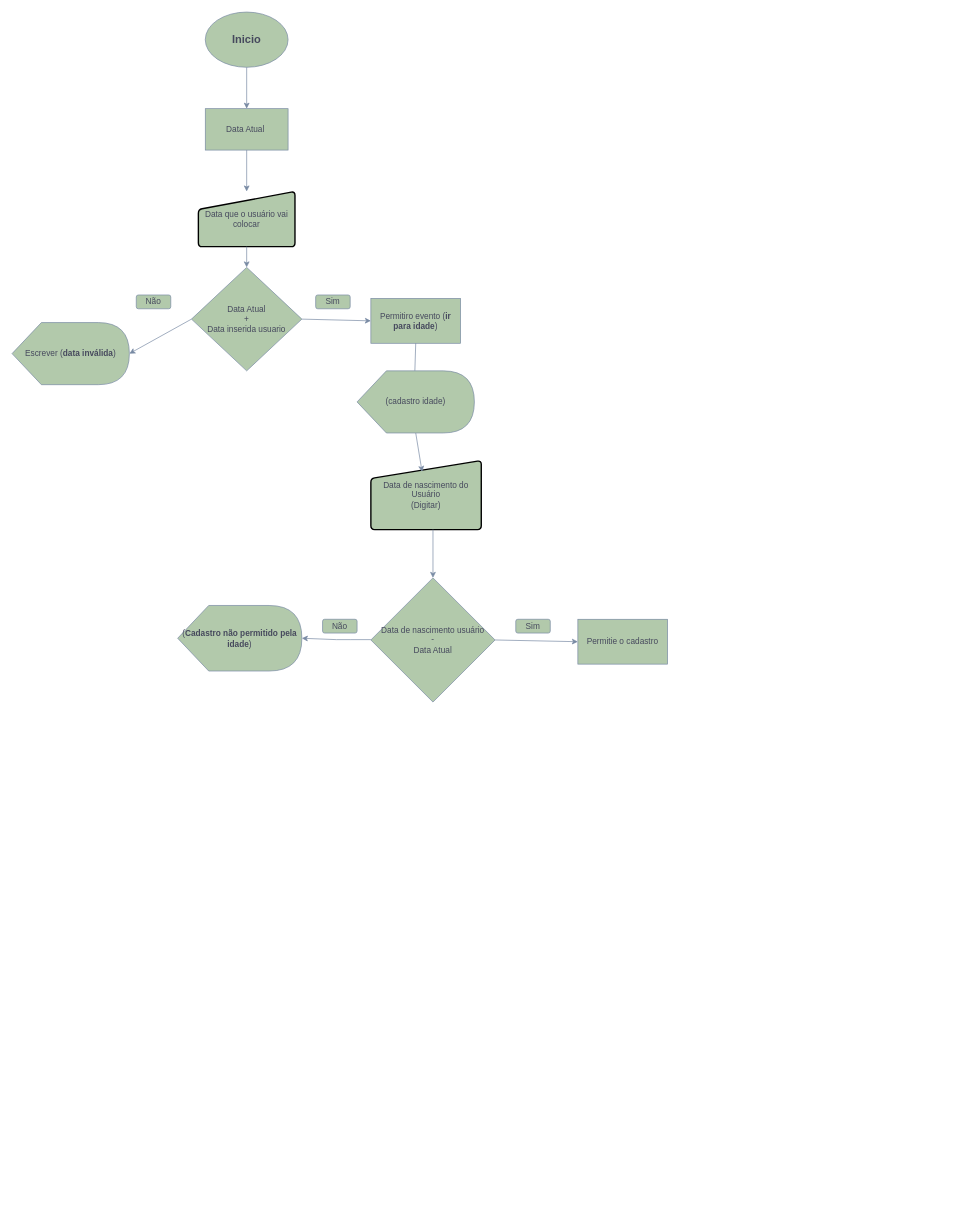
The draw.io diagram Diagrama sem nome.drawio in lrlacerda/Desenvolvimento-de-algoritmo-UC8, before the edit. Source tidied: cells renumbered, new cells numbered last; positions are measured from the earlier drawing's top-left corner, leaving out a move shared by most shapes. Both pictures are drawn from the tidied source at 69%, with x=0, y=0 at pixel (12, 12).
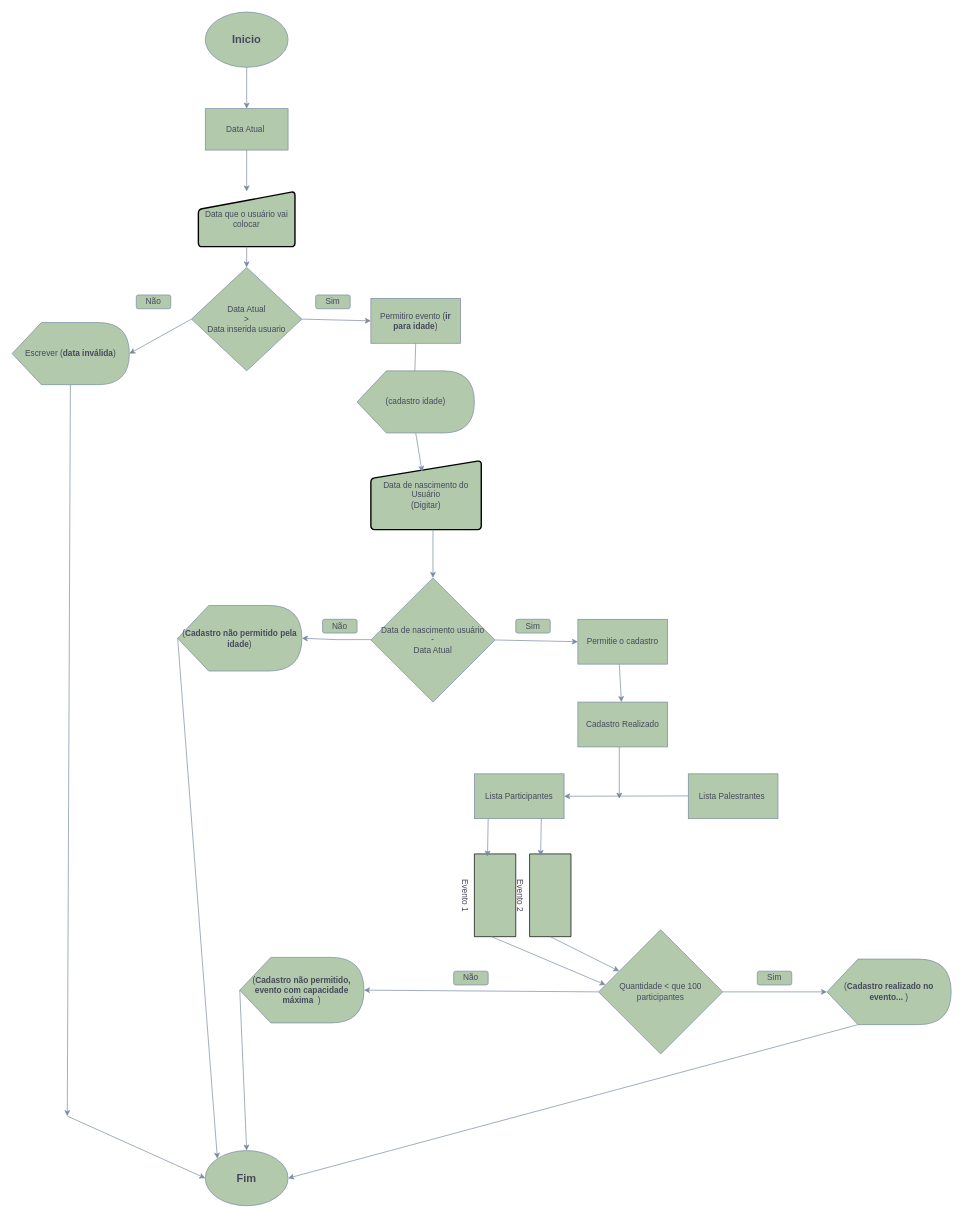
After the change.

Unchanged cells that the change refers to:
```xml
<mxCell id="23" value="(&lt;b&gt;Cadastro não permitido pela idade&lt;/b&gt;)" style="shape=display;whiteSpace=wrap;html=1;fontColor=#46495D;strokeColor=#788AA3;fillColor=#B2C9AB;" parent="1" vertex="1">
  <mxGeometry x="240" y="860" width="180" height="95" as="geometry" />
</mxCell>
```

Diff of the diagram source:
```diff
@@
-    <mxCell id="7" value="Data Atual&lt;br&gt;+&lt;br&gt;Data inserida usuario" style="rhombus;whiteSpace=wrap;html=1;fontColor=#46495D;strokeColor=#788AA3;fillColor=#B2C9AB;" parent="1" vertex="1">
+    <mxCell id="7" value="Data Atual&lt;br&gt;&amp;gt;&lt;br&gt;Data inserida usuario" style="rhombus;whiteSpace=wrap;html=1;fontColor=#46495D;strokeColor=#788AA3;fillColor=#B2C9AB;" parent="1" vertex="1">
       <mxGeometry x="260" y="370" width="160" height="150" as="geometry" />
     </mxCell>
@@
+    <mxCell id="27" value="Cadastro Realizado" style="rounded=0;whiteSpace=wrap;html=1;fontColor=#46495D;strokeColor=#788AA3;fillColor=#B2C9AB;" parent="1" vertex="1">
+      <mxGeometry x="820" y="1000" width="130" height="65" as="geometry" />
+    </mxCell>
+    <mxCell id="28" style="endArrow=classic;html=1;rounded=0;fontColor=#46495D;strokeColor=#788AA3;fillColor=#B2C9AB;" parent="1" edge="1" target="27">
+      <mxGeometry relative="1" as="geometry">
+        <mxPoint x="880" y="945" as="sourcePoint" />
+      </mxGeometry>
+    </mxCell>
+    <mxCell id="29" value="Lista Participantes" style="rounded=0;whiteSpace=wrap;html=1;fontColor=#46495D;strokeColor=#788AA3;fillColor=#B2C9AB;" parent="1" vertex="1">
+      <mxGeometry x="670" y="1104" width="130" height="65" as="geometry" />
+    </mxCell>
+    <mxCell id="30" value="Lista Palestrantes&amp;nbsp;" style="rounded=0;whiteSpace=wrap;html=1;fontColor=#46495D;strokeColor=#788AA3;fillColor=#B2C9AB;" parent="1" vertex="1">
+      <mxGeometry x="980" y="1104" width="130" height="65" as="geometry" />
+    </mxCell>
+    <mxCell id="31" style="endArrow=classic;html=1;rounded=0;fontColor=#46495D;strokeColor=#788AA3;fillColor=#B2C9AB;" parent="1" edge="1">
+      <mxGeometry relative="1" as="geometry">
+        <mxPoint x="880" y="1065" as="sourcePoint" />
+        <mxPoint x="880" y="1140" as="targetPoint" />
+      </mxGeometry>
+    </mxCell>
+    <mxCell id="32" value="Quantidade &amp;lt; que 100 participantes" style="rhombus;whiteSpace=wrap;html=1;fontColor=#46495D;strokeColor=#788AA3;fillColor=#B2C9AB;" parent="1" vertex="1">
+      <mxGeometry x="850" y="1330" width="180" height="180" as="geometry" />
+    </mxCell>
+    <mxCell id="33" value="Evento 1" style="verticalLabelPosition=bottom;verticalAlign=top;html=1;shape=mxgraph.basic.rect;fillColor2=none;strokeWidth=1;size=20;indent=5;fontColor=#46495D;fillColor=#B2C9AB;rotation=90;" parent="1" vertex="1">
+      <mxGeometry x="640" y="1250" width="120" height="60" as="geometry" />
+    </mxCell>
+    <mxCell id="34" value="Evento 2" style="verticalLabelPosition=bottom;verticalAlign=top;html=1;shape=mxgraph.basic.rect;fillColor2=none;strokeWidth=1;size=20;indent=5;fontColor=#46495D;fillColor=#B2C9AB;rotation=90;" parent="1" vertex="1">
+      <mxGeometry x="720" y="1250" width="120" height="60" as="geometry" />
+    </mxCell>
+    <mxCell id="35" style="endArrow=classic;html=1;rounded=0;fontColor=#46495D;strokeColor=#788AA3;fillColor=#B2C9AB;entryX=0.033;entryY=0.683;entryDx=0;entryDy=0;entryPerimeter=0;" parent="1" edge="1" target="33">
+      <mxGeometry relative="1" as="geometry">
+        <mxPoint x="690" y="1169" as="sourcePoint" />
+      </mxGeometry>
+    </mxCell>
+    <mxCell id="36" style="endArrow=classic;html=1;rounded=0;fontColor=#46495D;strokeColor=#788AA3;fillColor=#B2C9AB;entryX=0.025;entryY=0.733;entryDx=0;entryDy=0;entryPerimeter=0;" parent="1" edge="1" target="34">
+      <mxGeometry relative="1" as="geometry">
+        <mxPoint x="767" y="1169" as="sourcePoint" />
+      </mxGeometry>
+    </mxCell>
+    <mxCell id="37" style="endArrow=classic;html=1;rounded=0;fontColor=#46495D;strokeColor=#788AA3;fillColor=#B2C9AB;entryX=1;entryY=0.5;entryDx=0;entryDy=0;" parent="1" edge="1" target="29">
+      <mxGeometry relative="1" as="geometry">
+        <mxPoint x="980" y="1136" as="sourcePoint" />
+      </mxGeometry>
+    </mxCell>
+    <mxCell id="38" style="endArrow=classic;html=1;rounded=0;fontColor=#46495D;strokeColor=#788AA3;fillColor=#B2C9AB;" parent="1" edge="1" target="32">
+      <mxGeometry relative="1" as="geometry">
+        <mxPoint x="780" y="1340" as="sourcePoint" />
+      </mxGeometry>
+    </mxCell>
+    <mxCell id="39" style="endArrow=classic;html=1;rounded=0;fontColor=#46495D;strokeColor=#788AA3;fillColor=#B2C9AB;entryX=0.056;entryY=0.444;entryDx=0;entryDy=0;entryPerimeter=0;" parent="1" edge="1" target="32">
+      <mxGeometry relative="1" as="geometry">
+        <mxPoint x="695" y="1340" as="sourcePoint" />
+      </mxGeometry>
+    </mxCell>
+    <mxCell id="40" value="(&lt;b&gt;Cadastro não permitido, evento com capacidade máxima&amp;nbsp;&amp;nbsp;&lt;/b&gt;)" style="shape=display;whiteSpace=wrap;html=1;fontColor=#46495D;strokeColor=#788AA3;fillColor=#B2C9AB;" parent="1" vertex="1">
+      <mxGeometry x="330" y="1370" width="180" height="95" as="geometry" />
+    </mxCell>
+    <mxCell id="41" style="endArrow=classic;html=1;rounded=0;fontColor=#46495D;strokeColor=#788AA3;fillColor=#B2C9AB;entryX=1;entryY=0.5;entryDx=0;entryDy=0;entryPerimeter=0;exitX=0;exitY=0.5;exitDx=0;exitDy=0;" parent="1" edge="1" source="32" target="40">
+      <mxGeometry relative="1" as="geometry" />
+    </mxCell>
+    <mxCell id="42" value="Não" style="rounded=1;whiteSpace=wrap;html=1;fontColor=#46495D;strokeColor=#788AA3;fillColor=#B2C9AB;" parent="1" vertex="1">
+      <mxGeometry x="640" y="1390" width="50" height="20" as="geometry" />
+    </mxCell>
+    <mxCell id="43" value="(&lt;b&gt;Cadastro realizado no evento...&amp;nbsp;&lt;/b&gt;)" style="shape=display;whiteSpace=wrap;html=1;fontColor=#46495D;strokeColor=#788AA3;fillColor=#B2C9AB;" parent="1" vertex="1">
+      <mxGeometry x="1181" y="1372.5" width="180" height="95" as="geometry" />
+    </mxCell>
+    <mxCell id="44" style="endArrow=classic;html=1;rounded=0;fontColor=#46495D;strokeColor=#788AA3;fillColor=#B2C9AB;entryX=0;entryY=0.5;entryDx=0;entryDy=0;entryPerimeter=0;exitX=1;exitY=0.5;exitDx=0;exitDy=0;" parent="1" edge="1" source="32" target="43">
+      <mxGeometry relative="1" as="geometry" />
+    </mxCell>
+    <mxCell id="45" value="Sim" style="rounded=1;whiteSpace=wrap;html=1;fontColor=#46495D;strokeColor=#788AA3;fillColor=#B2C9AB;" parent="1" vertex="1">
+      <mxGeometry x="1080" y="1390" width="50" height="20" as="geometry" />
+    </mxCell>
+    <mxCell id="46" value="&lt;font size=&quot;3&quot;&gt;&lt;b&gt;Fim&lt;/b&gt;&lt;/font&gt;&lt;br&gt;" style="ellipse;whiteSpace=wrap;html=1;fontColor=#46495D;strokeColor=#788AA3;fillColor=#B2C9AB;" parent="1" vertex="1">
+      <mxGeometry x="280" y="1650" width="120" height="80" as="geometry" />
+    </mxCell>
+    <mxCell id="47" style="endArrow=classic;html=1;rounded=0;fontColor=#46495D;strokeColor=#788AA3;fillColor=#B2C9AB;" parent="1" edge="1">
+      <mxGeometry relative="1" as="geometry">
+        <mxPoint x="84.5" y="540" as="sourcePoint" />
+        <mxPoint x="80" y="1600" as="targetPoint" />
+      </mxGeometry>
+    </mxCell>
+    <mxCell id="48" style="endArrow=classic;html=1;rounded=0;fontColor=#46495D;strokeColor=#788AA3;fillColor=#B2C9AB;entryX=0;entryY=0.5;entryDx=0;entryDy=0;" parent="1" edge="1" target="46">
+      <mxGeometry relative="1" as="geometry">
+        <mxPoint x="80" y="1600" as="sourcePoint" />
+      </mxGeometry>
+    </mxCell>
+    <mxCell id="49" style="endArrow=classic;html=1;rounded=0;fontColor=#46495D;strokeColor=#788AA3;fillColor=#B2C9AB;exitX=0;exitY=0.5;exitDx=0;exitDy=0;exitPerimeter=0;entryX=0;entryY=0;entryDx=0;entryDy=0;" parent="1" edge="1" source="23" target="46">
+      <mxGeometry relative="1" as="geometry" />
+    </mxCell>
+    <mxCell id="50" style="endArrow=classic;html=1;rounded=0;fontColor=#46495D;strokeColor=#788AA3;fillColor=#B2C9AB;entryX=0.5;entryY=0;entryDx=0;entryDy=0;exitX=0;exitY=0.5;exitDx=0;exitDy=0;exitPerimeter=0;" parent="1" edge="1" source="40" target="46">
+      <mxGeometry relative="1" as="geometry" />
+    </mxCell>
+    <mxCell id="51" style="endArrow=classic;html=1;rounded=0;fontColor=#46495D;strokeColor=#788AA3;fillColor=#B2C9AB;entryX=1;entryY=0.5;entryDx=0;entryDy=0;exitX=0;exitY=0;exitDx=45;exitDy=95;exitPerimeter=0;" parent="1" edge="1" source="43" target="46">
+      <mxGeometry relative="1" as="geometry" />
+    </mxCell>
```
